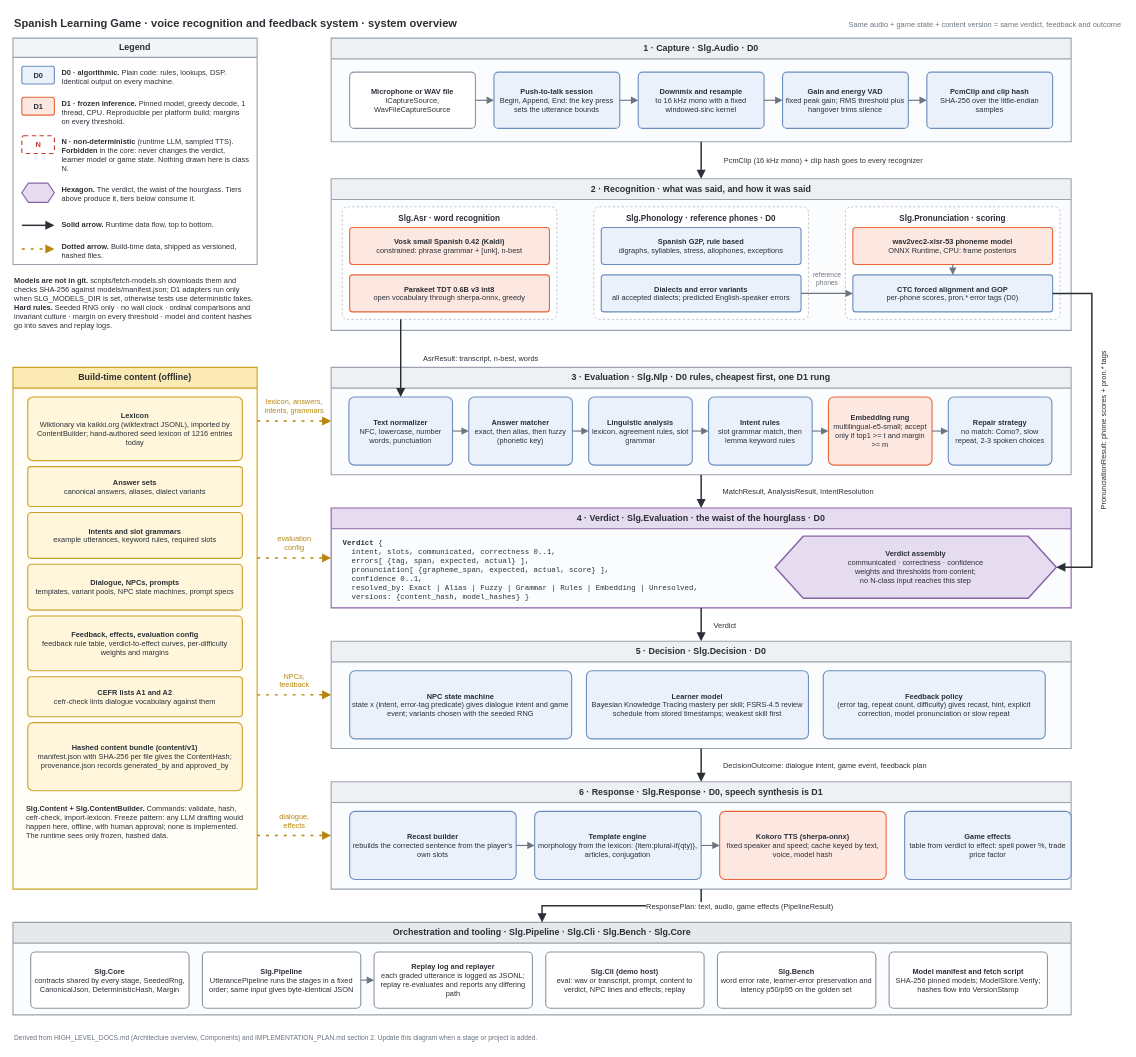
The draw.io diagram nlp/docs/diagrams/system-overview.drawio in james-d12/Vocaterra, before the edit. Source tidied: cells renumbered, new cells numbered last; positions are measured from the earlier drawing's top-left corner, leaving out a move shared by most shapes. Both pictures are drawn from the tidied source at 74%, with x=0, y=0 at pixel (13, 13).
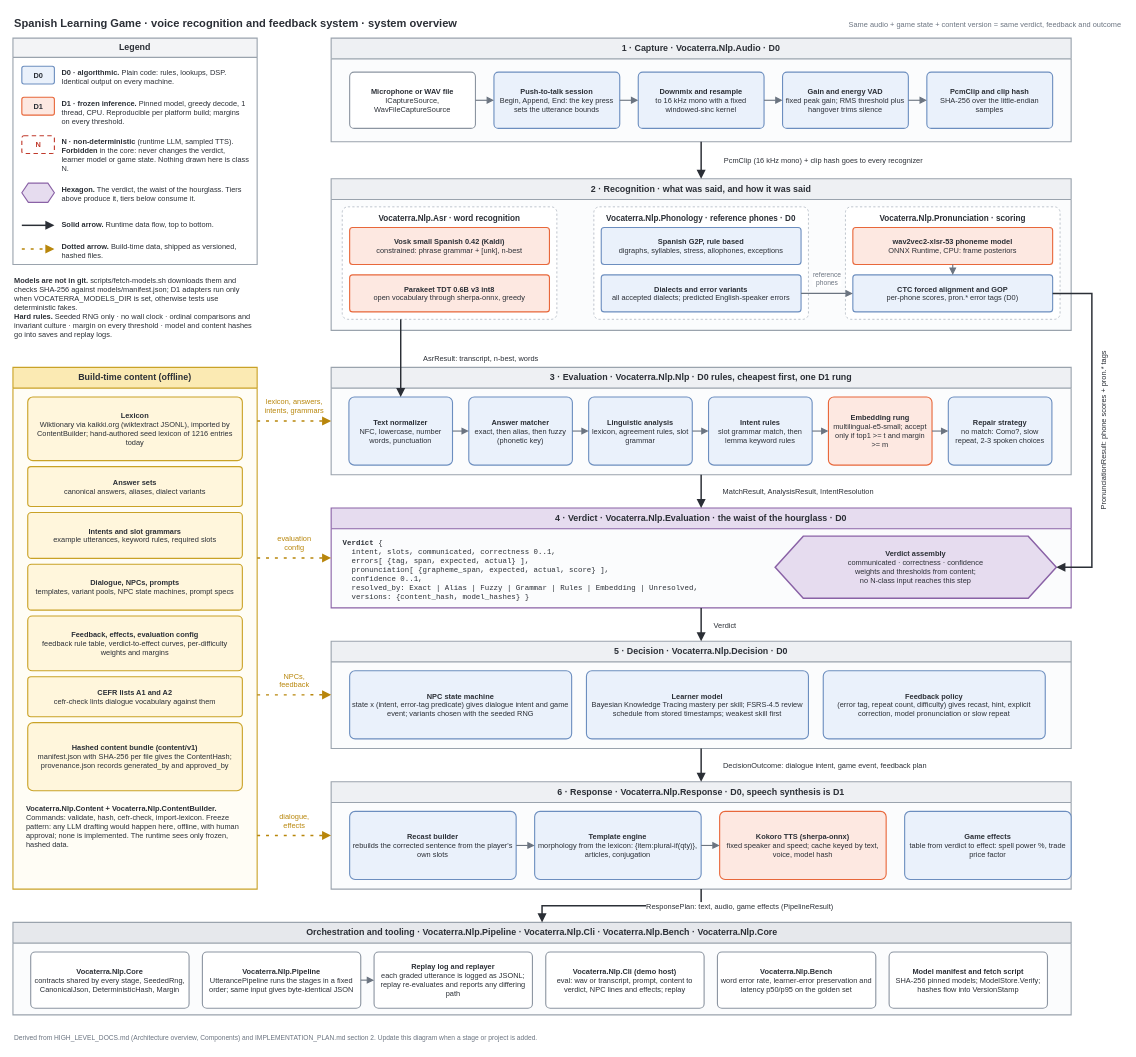
Above is the later version.

The change refers to these unchanged cells:
```xml
<mxCell id="22" value="2 · Recognition · what was said, and how it was said" style="swimlane;startSize=28;whiteSpace=wrap;html=1;fontFamily=Helvetica;fontSize=12;fontStyle=1;fontColor=#2b2f36;fillColor=#eef0f3;strokeColor=#9aa3ad;swimlaneFillColor=#fbfcfd;strokeWidth=1.5;rounded=0;" parent="1" vertex="1">
  <mxGeometry x="430" y="224" width="1000" height="205" as="geometry" />
</mxCell>
<mxCell id="58" value="Build-time content (offline)" style="swimlane;startSize=28;whiteSpace=wrap;html=1;fontFamily=Helvetica;fontSize=12;fontStyle=1;fontColor=#2b2f36;fillColor=#fbeab3;strokeColor=#c9a227;swimlaneFillColor=#fffdf5;strokeWidth=1.5;" parent="1" vertex="1">
  <mxGeometry y="479" width="330" height="705" as="geometry" />
</mxCell>
```

Change to the diagram source:
```diff
@@
-    <mxCell id="15" value="&lt;b&gt;Models are not in git.&lt;/b&gt; scripts/fetch-models.sh downloads them and checks SHA-256 against models/manifest.json; D1 adapters run only when SLG_MODELS_DIR is set, otherwise tests use deterministic fakes.&lt;br&gt;&lt;b&gt;Hard rules.&lt;/b&gt; Seeded RNG only · no wall clock · ordinal comparisons and invariant culture · margin on every threshold · model and content hashes go into saves and replay logs." style="text;html=1;whiteSpace=wrap;fontFamily=Helvetica;fontSize=10;fontColor=#2b2f36;align=left;verticalAlign=top;spacing=2;" parent="1" vertex="1">
+    <mxCell id="15" value="&lt;b&gt;Models are not in git.&lt;/b&gt; scripts/fetch-models.sh downloads them and checks SHA-256 against models/manifest.json; D1 adapters run only when VOCATERRA_MODELS_DIR is set, otherwise tests use deterministic fakes.&lt;br&gt;&lt;b&gt;Hard rules.&lt;/b&gt; Seeded RNG only · no wall clock · ordinal comparisons and invariant culture · margin on every threshold · model and content hashes go into saves and replay logs." style="text;html=1;whiteSpace=wrap;fontFamily=Helvetica;fontSize=10;fontColor=#2b2f36;align=left;verticalAlign=top;spacing=2;" parent="1" vertex="1">
       <mxGeometry y="350" width="330" height="122" as="geometry" />
     </mxCell>
-    <mxCell id="16" value="1 · Capture · Slg.Audio · D0" style="swimlane;startSize=28;whiteSpace=wrap;html=1;fontFamily=Helvetica;fontSize=12;fontStyle=1;fontColor=#2b2f36;fillColor=#eef0f3;strokeColor=#9aa3ad;swimlaneFillColor=#fbfcfd;strokeWidth=1.5;rounded=0;" parent="1" vertex="1">
+    <mxCell id="16" value="1 · Capture · Vocaterra.Nlp.Audio · D0" style="swimlane;startSize=28;whiteSpace=wrap;html=1;fontFamily=Helvetica;fontSize=12;fontStyle=1;fontColor=#2b2f36;fillColor=#eef0f3;strokeColor=#9aa3ad;swimlaneFillColor=#fbfcfd;strokeWidth=1.5;rounded=0;" parent="1" vertex="1">
       <mxGeometry x="430" y="34" width="1000" height="140" as="geometry" />
     </mxCell>
@@
-    <mxCell id="23" value="Slg.Asr · word recognition" style="rounded=1;arcSize=5;whiteSpace=wrap;html=1;fontFamily=Helvetica;fontSize=11;fontStyle=1;fontColor=#2b2f36;fillColor=#ffffff;strokeColor=#aab2bd;dashed=1;verticalAlign=top;align=center;spacingTop=3;" parent="22" vertex="1">
+    <mxCell id="23" value="Vocaterra.Nlp.Asr · word recognition" style="rounded=1;arcSize=5;whiteSpace=wrap;html=1;fontFamily=Helvetica;fontSize=11;fontStyle=1;fontColor=#2b2f36;fillColor=#ffffff;strokeColor=#aab2bd;dashed=1;verticalAlign=top;align=center;spacingTop=3;" parent="22" vertex="1">
       <mxGeometry x="15" y="38" width="290" height="152" as="geometry" />
     </mxCell>
@@
-    <mxCell id="26" value="Slg.Phonology · reference phones · D0" style="rounded=1;arcSize=5;whiteSpace=wrap;html=1;fontFamily=Helvetica;fontSize=11;fontStyle=1;fontColor=#2b2f36;fillColor=#ffffff;strokeColor=#aab2bd;dashed=1;verticalAlign=top;align=center;spacingTop=3;" parent="22" vertex="1">
+    <mxCell id="26" value="Vocaterra.Nlp.Phonology · reference phones · D0" style="rounded=1;arcSize=5;whiteSpace=wrap;html=1;fontFamily=Helvetica;fontSize=11;fontStyle=1;fontColor=#2b2f36;fillColor=#ffffff;strokeColor=#aab2bd;dashed=1;verticalAlign=top;align=center;spacingTop=3;" parent="22" vertex="1">
       <mxGeometry x="355" y="38" width="290" height="152" as="geometry" />
     </mxCell>
@@
-    <mxCell id="29" value="Slg.Pronunciation · scoring" style="rounded=1;arcSize=5;whiteSpace=wrap;html=1;fontFamily=Helvetica;fontSize=11;fontStyle=1;fontColor=#2b2f36;fillColor=#ffffff;strokeColor=#aab2bd;dashed=1;verticalAlign=top;align=center;spacingTop=3;" parent="22" vertex="1">
+    <mxCell id="29" value="Vocaterra.Nlp.Pronunciation · scoring" style="rounded=1;arcSize=5;whiteSpace=wrap;html=1;fontFamily=Helvetica;fontSize=11;fontStyle=1;fontColor=#2b2f36;fillColor=#ffffff;strokeColor=#aab2bd;dashed=1;verticalAlign=top;align=center;spacingTop=3;" parent="22" vertex="1">
       <mxGeometry x="695" y="38" width="290" height="152" as="geometry" />
     </mxCell>
@@
-    <mxCell id="32" value="3 · Evaluation · Slg.Nlp · D0 rules, cheapest first, one D1 rung" style="swimlane;startSize=28;whiteSpace=wrap;html=1;fontFamily=Helvetica;fontSize=12;fontStyle=1;fontColor=#2b2f36;fillColor=#eef0f3;strokeColor=#9aa3ad;swimlaneFillColor=#fbfcfd;strokeWidth=1.5;rounded=0;" parent="1" vertex="1">
+    <mxCell id="32" value="3 · Evaluation · Vocaterra.Nlp.Nlp · D0 rules, cheapest first, one D1 rung" style="swimlane;startSize=28;whiteSpace=wrap;html=1;fontFamily=Helvetica;fontSize=12;fontStyle=1;fontColor=#2b2f36;fillColor=#eef0f3;strokeColor=#9aa3ad;swimlaneFillColor=#fbfcfd;strokeWidth=1.5;rounded=0;" parent="1" vertex="1">
       <mxGeometry x="430" y="479" width="1000" height="145" as="geometry" />
     </mxCell>
@@
-    <mxCell id="39" value="4 · Verdict · Slg.Evaluation · the waist of the hourglass · D0" style="swimlane;startSize=28;whiteSpace=wrap;html=1;fontFamily=Helvetica;fontSize=12;fontStyle=1;fontColor=#2b2f36;fillColor=#e6dcef;strokeColor=#8a62a6;swimlaneFillColor=#fbfcfd;strokeWidth=1.5;rounded=0;" parent="1" vertex="1">
+    <mxCell id="39" value="4 · Verdict · Vocaterra.Nlp.Evaluation · the waist of the hourglass · D0" style="swimlane;startSize=28;whiteSpace=wrap;html=1;fontFamily=Helvetica;fontSize=12;fontStyle=1;fontColor=#2b2f36;fillColor=#e6dcef;strokeColor=#8a62a6;swimlaneFillColor=#fbfcfd;strokeWidth=1.5;rounded=0;" parent="1" vertex="1">
       <mxGeometry x="430" y="669" width="1000" height="135" as="geometry" />
     </mxCell>
@@
-    <mxCell id="42" value="5 · Decision · Slg.Decision · D0" style="swimlane;startSize=28;whiteSpace=wrap;html=1;fontFamily=Helvetica;fontSize=12;fontStyle=1;fontColor=#2b2f36;fillColor=#eef0f3;strokeColor=#9aa3ad;swimlaneFillColor=#fbfcfd;strokeWidth=1.5;rounded=0;" parent="1" vertex="1">
+    <mxCell id="42" value="5 · Decision · Vocaterra.Nlp.Decision · D0" style="swimlane;startSize=28;whiteSpace=wrap;html=1;fontFamily=Helvetica;fontSize=12;fontStyle=1;fontColor=#2b2f36;fillColor=#eef0f3;strokeColor=#9aa3ad;swimlaneFillColor=#fbfcfd;strokeWidth=1.5;rounded=0;" parent="1" vertex="1">
       <mxGeometry x="430" y="849" width="1000" height="145" as="geometry" />
     </mxCell>
@@
-    <mxCell id="46" value="6 · Response · Slg.Response · D0, speech synthesis is D1" style="swimlane;startSize=28;whiteSpace=wrap;html=1;fontFamily=Helvetica;fontSize=12;fontStyle=1;fontColor=#2b2f36;fillColor=#eef0f3;strokeColor=#9aa3ad;swimlaneFillColor=#fbfcfd;strokeWidth=1.5;rounded=0;" parent="1" vertex="1">
+    <mxCell id="46" value="6 · Response · Vocaterra.Nlp.Response · D0, speech synthesis is D1" style="swimlane;startSize=28;whiteSpace=wrap;html=1;fontFamily=Helvetica;fontSize=12;fontStyle=1;fontColor=#2b2f36;fillColor=#eef0f3;strokeColor=#9aa3ad;swimlaneFillColor=#fbfcfd;strokeWidth=1.5;rounded=0;" parent="1" vertex="1">
       <mxGeometry x="430" y="1039" width="1000" height="145" as="geometry" />
     </mxCell>
@@
-    <mxCell id="51" value="Orchestration and tooling · Slg.Pipeline · Slg.Cli · Slg.Bench · Slg.Core" style="swimlane;startSize=28;whiteSpace=wrap;html=1;fontFamily=Helvetica;fontSize=12;fontStyle=1;fontColor=#2b2f36;fillColor=#e6e8ec;strokeColor=#9aa3ad;swimlaneFillColor=#fbfcfd;strokeWidth=1.5;rounded=0;" parent="1" vertex="1">
+    <mxCell id="51" value="Orchestration and tooling · Vocaterra.Nlp.Pipeline · Vocaterra.Nlp.Cli · Vocaterra.Nlp.Bench · Vocaterra.Nlp.Core" style="swimlane;startSize=28;whiteSpace=wrap;html=1;fontFamily=Helvetica;fontSize=12;fontStyle=1;fontColor=#2b2f36;fillColor=#e6e8ec;strokeColor=#9aa3ad;swimlaneFillColor=#fbfcfd;strokeWidth=1.5;rounded=0;" parent="1" vertex="1">
       <mxGeometry y="1229" width="1430" height="125" as="geometry" />
     </mxCell>
-    <mxCell id="52" value="&lt;b&gt;Slg.Core&lt;/b&gt;&lt;br&gt;contracts shared by every stage, SeededRng, CanonicalJson, DeterministicHash, Margin" style="rounded=1;arcSize=8;whiteSpace=wrap;html=1;fontFamily=Helvetica;fontSize=10;fontColor=#2b2f36;fillColor=#ffffff;strokeColor=#8c95a1;strokeWidth=1.5;align=center;verticalAlign=middle;spacing=4;" parent="51" vertex="1">
+    <mxCell id="52" value="&lt;b&gt;Vocaterra.Nlp.Core&lt;/b&gt;&lt;br&gt;contracts shared by every stage, SeededRng, CanonicalJson, DeterministicHash, Margin" style="rounded=1;arcSize=8;whiteSpace=wrap;html=1;fontFamily=Helvetica;fontSize=10;fontColor=#2b2f36;fillColor=#ffffff;strokeColor=#8c95a1;strokeWidth=1.5;align=center;verticalAlign=middle;spacing=4;" parent="51" vertex="1">
       <mxGeometry x="24" y="40" width="214" height="76" as="geometry" />
     </mxCell>
-    <mxCell id="53" value="&lt;b&gt;Slg.Pipeline&lt;/b&gt;&lt;br&gt;UtterancePipeline runs the stages in a fixed order; same input gives byte-identical JSON" style="rounded=1;arcSize=8;whiteSpace=wrap;html=1;fontFamily=Helvetica;fontSize=10;fontColor=#2b2f36;fillColor=#ffffff;strokeColor=#8c95a1;strokeWidth=1.5;align=center;verticalAlign=middle;spacing=4;" parent="51" vertex="1">
+    <mxCell id="53" value="&lt;b&gt;Vocaterra.Nlp.Pipeline&lt;/b&gt;&lt;br&gt;UtterancePipeline runs the stages in a fixed order; same input gives byte-identical JSON" style="rounded=1;arcSize=8;whiteSpace=wrap;html=1;fontFamily=Helvetica;fontSize=10;fontColor=#2b2f36;fillColor=#ffffff;strokeColor=#8c95a1;strokeWidth=1.5;align=center;verticalAlign=middle;spacing=4;" parent="51" vertex="1">
       <mxGeometry x="256" y="40" width="214" height="76" as="geometry" />
     </mxCell>
@@
-    <mxCell id="55" value="&lt;b&gt;Slg.Cli (demo host)&lt;/b&gt;&lt;br&gt;eval: wav or transcript, prompt, content to verdict, NPC lines and effects; replay" style="rounded=1;arcSize=8;whiteSpace=wrap;html=1;fontFamily=Helvetica;fontSize=10;fontColor=#2b2f36;fillColor=#ffffff;strokeColor=#8c95a1;strokeWidth=1.5;align=center;verticalAlign=middle;spacing=4;" parent="51" vertex="1">
+    <mxCell id="55" value="&lt;b&gt;Vocaterra.Nlp.Cli (demo host)&lt;/b&gt;&lt;br&gt;eval: wav or transcript, prompt, content to verdict, NPC lines and effects; replay" style="rounded=1;arcSize=8;whiteSpace=wrap;html=1;fontFamily=Helvetica;fontSize=10;fontColor=#2b2f36;fillColor=#ffffff;strokeColor=#8c95a1;strokeWidth=1.5;align=center;verticalAlign=middle;spacing=4;" parent="51" vertex="1">
       <mxGeometry x="720" y="40" width="214" height="76" as="geometry" />
     </mxCell>
-    <mxCell id="56" value="&lt;b&gt;Slg.Bench&lt;/b&gt;&lt;br&gt;word error rate, learner-error preservation and latency p50/p95 on the golden set" style="rounded=1;arcSize=8;whiteSpace=wrap;html=1;fontFamily=Helvetica;fontSize=10;fontColor=#2b2f36;fillColor=#ffffff;strokeColor=#8c95a1;strokeWidth=1.5;align=center;verticalAlign=middle;spacing=4;" parent="51" vertex="1">
+    <mxCell id="56" value="&lt;b&gt;Vocaterra.Nlp.Bench&lt;/b&gt;&lt;br&gt;word error rate, learner-error preservation and latency p50/p95 on the golden set" style="rounded=1;arcSize=8;whiteSpace=wrap;html=1;fontFamily=Helvetica;fontSize=10;fontColor=#2b2f36;fillColor=#ffffff;strokeColor=#8c95a1;strokeWidth=1.5;align=center;verticalAlign=middle;spacing=4;" parent="51" vertex="1">
       <mxGeometry x="952" y="40" width="214" height="76" as="geometry" />
     </mxCell>
@@
-    <mxCell id="66" value="&lt;b&gt;Slg.Content + Slg.ContentBuilder.&lt;/b&gt; Commands: validate, hash, cefr-check, import-lexicon. Freeze pattern: any LLM drafting would happen here, offline, with human approval; none is implemented. The runtime sees only frozen, hashed data." style="text;html=1;whiteSpace=wrap;fontFamily=Helvetica;fontSize=10;fontColor=#2b2f36;align=left;verticalAlign=top;spacing=2;" parent="58" vertex="1">
+    <mxCell id="66" value="&lt;b&gt;Vocaterra.Nlp.Content + Vocaterra.Nlp.ContentBuilder.&lt;/b&gt; Commands: validate, hash, cefr-check, import-lexicon. Freeze pattern: any LLM drafting would happen here, offline, with human approval; none is implemented. The runtime sees only frozen, hashed data." style="text;html=1;whiteSpace=wrap;fontFamily=Helvetica;fontSize=10;fontColor=#2b2f36;align=left;verticalAlign=top;spacing=2;" parent="58" vertex="1">
       <mxGeometry x="16" y="584" width="298" height="108" as="geometry" />
     </mxCell>
```
